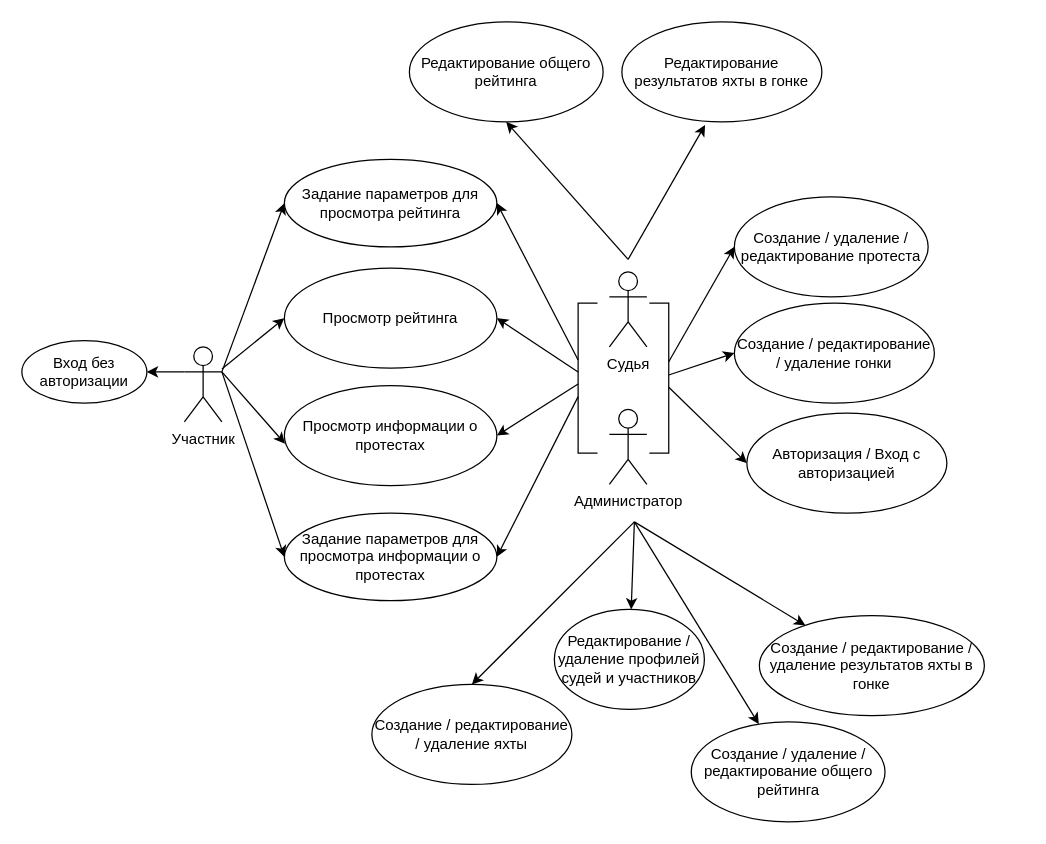
lalala-0/PPO_BMSTU keeps this draw.io diagram as page "Use-Case" (1 of 3) of schemes/Диаграммки.drawio. Above is the earlier version. Source tidied: cells renumbered, new cells numbered last; positions are measured from the earlier drawing's top-left corner, leaving out a move shared by most shapes. Both pictures are drawn from the tidied source at 125%, with x=0, y=0 at pixel (21, 21).
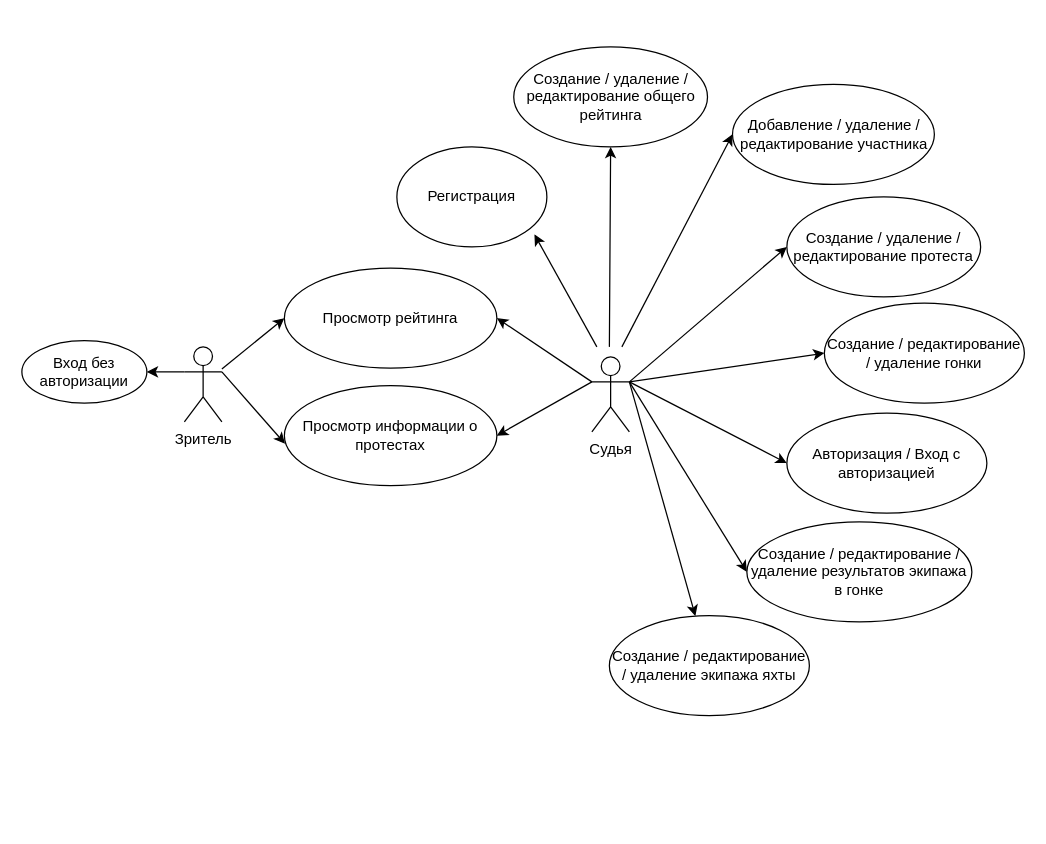
After the change.

Unchanged cells that the change refers to:
```xml
<mxCell id="16" value="Просмотр рейтинга" style="ellipse;whiteSpace=wrap;html=1;" parent="1" vertex="1">
  <mxGeometry x="210" y="197" width="170" height="80" as="geometry" />
</mxCell>
<mxCell id="17" value="Просмотр информации о протестах" style="ellipse;whiteSpace=wrap;html=1;" parent="1" vertex="1">
  <mxGeometry x="210" y="291" width="170" height="80" as="geometry" />
</mxCell>
```

Diff of the diagram source:
```diff
@@
-    <mxCell id="3" style="edgeStyle=none;rounded=0;jettySize=auto;html=1;entryX=0;entryY=0.5;entryDx=0;entryDy=0;" parent="1" edge="1" target="15">
-      <mxGeometry relative="1" as="geometry">
-        <mxPoint x="160" y="280" as="sourcePoint" />
-      </mxGeometry>
-    </mxCell>
@@
-    <mxCell id="5" style="edgeStyle=none;rounded=0;jettySize=auto;html=1;entryX=0;entryY=0.5;entryDx=0;entryDy=0;exitX=1;exitY=0.3333333333333333;exitDx=0;exitDy=0;exitPerimeter=0;" parent="1" edge="1" source="6" target="28">
-      <mxGeometry relative="1" as="geometry" />
-    </mxCell>
-    <mxCell id="6" value="Участник" style="shape=umlActor;verticalLabelPosition=bottom;verticalAlign=top;html=1;outlineConnect=0;" parent="1" vertex="1">
+    <mxCell id="6" value="Зритель" style="shape=umlActor;verticalLabelPosition=bottom;verticalAlign=top;html=1;outlineConnect=0;" parent="1" vertex="1">
       <mxGeometry x="130" y="260" width="30" height="60" as="geometry" />
     </mxCell>
-    <mxCell id="7" style="edgeStyle=none;rounded=0;jettySize=auto;html=1;entryX=0.5;entryY=1;entryDx=0;entryDy=0;" parent="1" edge="1" target="30">
-      <mxGeometry relative="1" as="geometry">
-        <mxPoint x="485" y="190" as="sourcePoint" />
-      </mxGeometry>
-    </mxCell>
+    <mxCell id="39" style="rounded=0;jettySize=auto;html=1;entryX=0;entryY=0.5;entryDx=0;entryDy=0;" parent="1" edge="1" target="42">
+      <mxGeometry relative="1" as="geometry">
+        <mxPoint x="480" y="260" as="sourcePoint" />
+      </mxGeometry>
+    </mxCell>
+    <mxCell id="40" style="rounded=0;jettySize=auto;html=1;exitX=1;exitY=0.3333333333333333;exitDx=0;exitDy=0;exitPerimeter=0;" parent="1" edge="1" source="8" target="33">
+      <mxGeometry relative="1" as="geometry" />
+    </mxCell>
+    <mxCell id="41" style="edgeStyle=orthogonalEdgeStyle;rounded=0;jettySize=auto;html=1;entryX=0.5;entryY=1;entryDx=0;entryDy=0;" parent="1" edge="1" target="29">
+      <mxGeometry relative="1" as="geometry">
+        <mxPoint x="470" y="260" as="sourcePoint" />
+      </mxGeometry>
+    </mxCell>
     <mxCell id="8" value="Судья&lt;div&gt;&lt;br/&gt;&lt;/div&gt;" style="shape=umlActor;verticalLabelPosition=bottom;verticalAlign=top;html=1;outlineConnect=0;" parent="1" vertex="1">
-      <mxGeometry x="470" y="200" width="30" height="60" as="geometry" />
+      <mxGeometry x="456" y="268" width="30" height="60" as="geometry" />
     </mxCell>
-    <mxCell id="9" style="edgeStyle=none;rounded=0;jettySize=auto;html=1;" parent="1" edge="1" target="21">
-      <mxGeometry relative="1" as="geometry">
-        <mxPoint x="490" y="400" as="sourcePoint" />
-      </mxGeometry>
-    </mxCell>
-    <mxCell id="10" style="rounded=0;jettySize=auto;html=1;entryX=0.5;entryY=0;entryDx=0;entryDy=0;" parent="1" edge="1" target="33">
-      <mxGeometry relative="1" as="geometry">
-        <mxPoint x="490" y="400" as="sourcePoint" />
-      </mxGeometry>
-    </mxCell>
-    <mxCell id="11" style="rounded=0;jettySize=auto;html=1;" parent="1" edge="1" target="29">
-      <mxGeometry relative="1" as="geometry">
-        <mxPoint x="490" y="400" as="sourcePoint" />
-      </mxGeometry>
-    </mxCell>
-    <mxCell id="12" style="edgeStyle=none;rounded=0;jettySize=auto;html=1;" parent="1" edge="1" target="31">
-      <mxGeometry relative="1" as="geometry">
-        <mxPoint x="490" y="400" as="sourcePoint" />
-      </mxGeometry>
+    <mxCell id="12" style="edgeStyle=none;rounded=0;jettySize=auto;html=1;exitX=1;exitY=0.3333333333333333;exitDx=0;exitDy=0;exitPerimeter=0;entryX=0;entryY=0.5;entryDx=0;entryDy=0;" parent="1" edge="1" source="8" target="31">
+      <mxGeometry relative="1" as="geometry" />
     </mxCell>
-    <mxCell id="13" value="Администратор" style="shape=umlActor;verticalLabelPosition=bottom;verticalAlign=top;html=1;" parent="1" vertex="1">
-      <mxGeometry x="470" y="310" width="30" height="60" as="geometry" />
-    </mxCell>
@@
-    <mxCell id="15" value="Задание параметров для просмотра рейтинга" style="ellipse;whiteSpace=wrap;html=1;" parent="1" vertex="1">
-      <mxGeometry x="210" y="110" width="170" height="70" as="geometry" />
-    </mxCell>
@@
     <mxCell id="18" value="Авторизация / Вход с авторизацией" style="ellipse;whiteSpace=wrap;html=1;" parent="1" vertex="1">
-      <mxGeometry x="580" y="313" width="160" height="80" as="geometry" />
+      <mxGeometry x="612" y="313" width="160" height="80" as="geometry" />
     </mxCell>
     <mxCell id="19" value="Создание / редактирование / удаление гонки" style="ellipse;whiteSpace=wrap;html=1;" parent="1" vertex="1">
-      <mxGeometry x="570" y="225" width="160" height="80" as="geometry" />
+      <mxGeometry x="642" y="225" width="160" height="80" as="geometry" />
     </mxCell>
     <mxCell id="20" value="Создание / удаление / редактирование протеста" style="ellipse;whiteSpace=wrap;html=1;" parent="1" vertex="1">
-      <mxGeometry x="570" y="140" width="155" height="80" as="geometry" />
+      <mxGeometry x="612" y="140" width="155" height="80" as="geometry" />
     </mxCell>
-    <mxCell id="21" value="Редактирование / удаление профилей судей и участников" style="ellipse;whiteSpace=wrap;html=1;" parent="1" vertex="1">
-      <mxGeometry x="426" y="470" width="120" height="80" as="geometry" />
+    <mxCell id="21" value="Регистрация" style="ellipse;whiteSpace=wrap;html=1;" parent="1" vertex="1">
+      <mxGeometry x="300" y="100" width="120" height="80" as="geometry" />
     </mxCell>
@@
-    <mxCell id="23" style="edgeStyle=none;rounded=0;jettySize=auto;html=1;entryX=1;entryY=0.5;entryDx=0;entryDy=0;" parent="1" edge="1" source="27" target="15">
-      <mxGeometry relative="1" as="geometry" />
-    </mxCell>
-    <mxCell id="24" style="edgeStyle=none;rounded=0;jettySize=auto;html=1;entryX=1;entryY=0.5;entryDx=0;entryDy=0;" parent="1" edge="1" source="27" target="16">
+    <mxCell id="24" style="edgeStyle=none;rounded=0;jettySize=auto;html=1;entryX=1;entryY=0.5;entryDx=0;entryDy=0;exitX=0;exitY=0.3333333333333333;exitDx=0;exitDy=0;exitPerimeter=0;" parent="1" edge="1" source="8" target="16">
       <mxGeometry relative="1" as="geometry" />
     </mxCell>
-    <mxCell id="25" style="edgeStyle=none;rounded=0;jettySize=auto;html=1;entryX=1;entryY=0.5;entryDx=0;entryDy=0;" parent="1" edge="1" source="27" target="17">
+    <mxCell id="25" style="edgeStyle=none;rounded=0;jettySize=auto;html=1;entryX=1;entryY=0.5;entryDx=0;entryDy=0;exitX=0;exitY=0.3333333333333333;exitDx=0;exitDy=0;exitPerimeter=0;" parent="1" edge="1" source="8" target="17">
       <mxGeometry relative="1" as="geometry" />
     </mxCell>
-    <mxCell id="26" style="edgeStyle=none;rounded=0;jettySize=auto;html=1;entryX=1;entryY=0.5;entryDx=0;entryDy=0;" parent="1" edge="1" source="27" target="28">
-      <mxGeometry relative="1" as="geometry" />
-    </mxCell>
-    <mxCell id="27" style="shape=partialRectangle;whiteSpace=wrap;html=1;bottom=1;right=1;left=1;top=0;fillColor=none;routingCenterX=-0.5;rotation=90;" parent="1" vertex="1">
-      <mxGeometry x="392.5" y="277.5" width="120" height="15" as="geometry" />
-    </mxCell>
-    <mxCell id="28" value="Задание параметров для просмотра информации о протестах" style="ellipse;whiteSpace=wrap;html=1;" parent="1" vertex="1">
-      <mxGeometry x="210" y="393" width="170" height="70" as="geometry" />
-    </mxCell>
     <mxCell id="29" value="Создание / удаление / редактирование общего рейтинга" style="ellipse;whiteSpace=wrap;html=1;" parent="1" vertex="1">
-      <mxGeometry x="535.5" y="560" width="155" height="80" as="geometry" />
+      <mxGeometry x="393.5" y="20" width="155" height="80" as="geometry" />
     </mxCell>
-    <mxCell id="30" value="Редактирование общего рейтинга" style="ellipse;whiteSpace=wrap;html=1;" parent="1" vertex="1">
-      <mxGeometry x="310" width="155" height="80" as="geometry" />
-    </mxCell>
-    <mxCell id="31" value="Создание / редактирование / удаление результатов яхты в гонке" style="ellipse;whiteSpace=wrap;html=1;" parent="1" vertex="1">
-      <mxGeometry x="590" y="475" width="180" height="80" as="geometry" />
+    <mxCell id="31" value="Создание / редактирование / удаление результатов экипажа в гонке" style="ellipse;whiteSpace=wrap;html=1;" parent="1" vertex="1">
+      <mxGeometry x="580" y="400" width="180" height="80" as="geometry" />
     </mxCell>
-    <mxCell id="32" value="Редактирование результатов яхты в гонке" style="ellipse;whiteSpace=wrap;html=1;" parent="1" vertex="1">
-      <mxGeometry x="480" width="160" height="80" as="geometry" />
-    </mxCell>
-    <mxCell id="33" value="Создание / редактирование / удаление яхты" style="ellipse;whiteSpace=wrap;html=1;" parent="1" vertex="1">
-      <mxGeometry x="280" y="530" width="160" height="80" as="geometry" />
+    <mxCell id="33" value="Создание / редактирование / удаление экипажа яхты" style="ellipse;whiteSpace=wrap;html=1;" parent="1" vertex="1">
+      <mxGeometry x="470" y="475" width="160" height="80" as="geometry" />
     </mxCell>
-    <mxCell id="34" style="edgeStyle=none;rounded=0;jettySize=auto;html=1;entryX=0.416;entryY=1.031;entryDx=0;entryDy=0;entryPerimeter=0;" parent="1" edge="1" target="32">
-      <mxGeometry relative="1" as="geometry">
-        <mxPoint x="485" y="190" as="sourcePoint" />
-      </mxGeometry>
-    </mxCell>
-    <mxCell id="35" style="edgeStyle=none;rounded=0;jettySize=auto;html=1;entryX=0;entryY=0.5;entryDx=0;entryDy=0;" parent="1" edge="1" source="38" target="20">
+    <mxCell id="35" style="edgeStyle=none;rounded=0;jettySize=auto;html=1;entryX=0;entryY=0.5;entryDx=0;entryDy=0;exitX=1;exitY=0.3333333333333333;exitDx=0;exitDy=0;exitPerimeter=0;" parent="1" edge="1" source="8" target="20">
       <mxGeometry relative="1" as="geometry" />
     </mxCell>
-    <mxCell id="36" style="edgeStyle=none;rounded=0;jettySize=auto;html=1;entryX=0;entryY=0.5;entryDx=0;entryDy=0;" parent="1" edge="1" source="38" target="19">
+    <mxCell id="36" style="edgeStyle=none;rounded=0;jettySize=auto;html=1;entryX=0;entryY=0.5;entryDx=0;entryDy=0;exitX=1;exitY=0.3333333333333333;exitDx=0;exitDy=0;exitPerimeter=0;" parent="1" edge="1" source="8" target="19">
       <mxGeometry relative="1" as="geometry" />
     </mxCell>
-    <mxCell id="37" style="edgeStyle=none;rounded=0;jettySize=auto;html=1;entryX=0;entryY=0.5;entryDx=0;entryDy=0;" parent="1" edge="1" source="38" target="18">
+    <mxCell id="37" style="edgeStyle=none;rounded=0;jettySize=auto;html=1;entryX=0;entryY=0.5;entryDx=0;entryDy=0;exitX=1;exitY=0.3333333333333333;exitDx=0;exitDy=0;exitPerimeter=0;" parent="1" edge="1" source="8" target="18">
       <mxGeometry relative="1" as="geometry" />
     </mxCell>
-    <mxCell id="38" style="shape=partialRectangle;whiteSpace=wrap;html=1;bottom=1;right=1;left=1;top=0;fillColor=none;routingCenterX=-0.5;rotation=-90;" parent="1" vertex="1">
-      <mxGeometry x="450" y="277.5" width="120" height="15" as="geometry" />
-    </mxCell>
+    <mxCell id="42" value="Добавление / удаление / редактирование участника" style="ellipse;whiteSpace=wrap;html=1;" parent="1" vertex="1">
+      <mxGeometry x="568.5" y="50" width="161.5" height="80" as="geometry" />
+    </mxCell>
+    <mxCell id="43" style="edgeStyle=none;rounded=0;jettySize=auto;html=1;entryX=0.917;entryY=0.875;entryDx=0;entryDy=0;entryPerimeter=0;" parent="1" edge="1" target="21">
+      <mxGeometry relative="1" as="geometry">
+        <mxPoint x="460" y="260" as="sourcePoint" />
+      </mxGeometry>
+    </mxCell>
```
